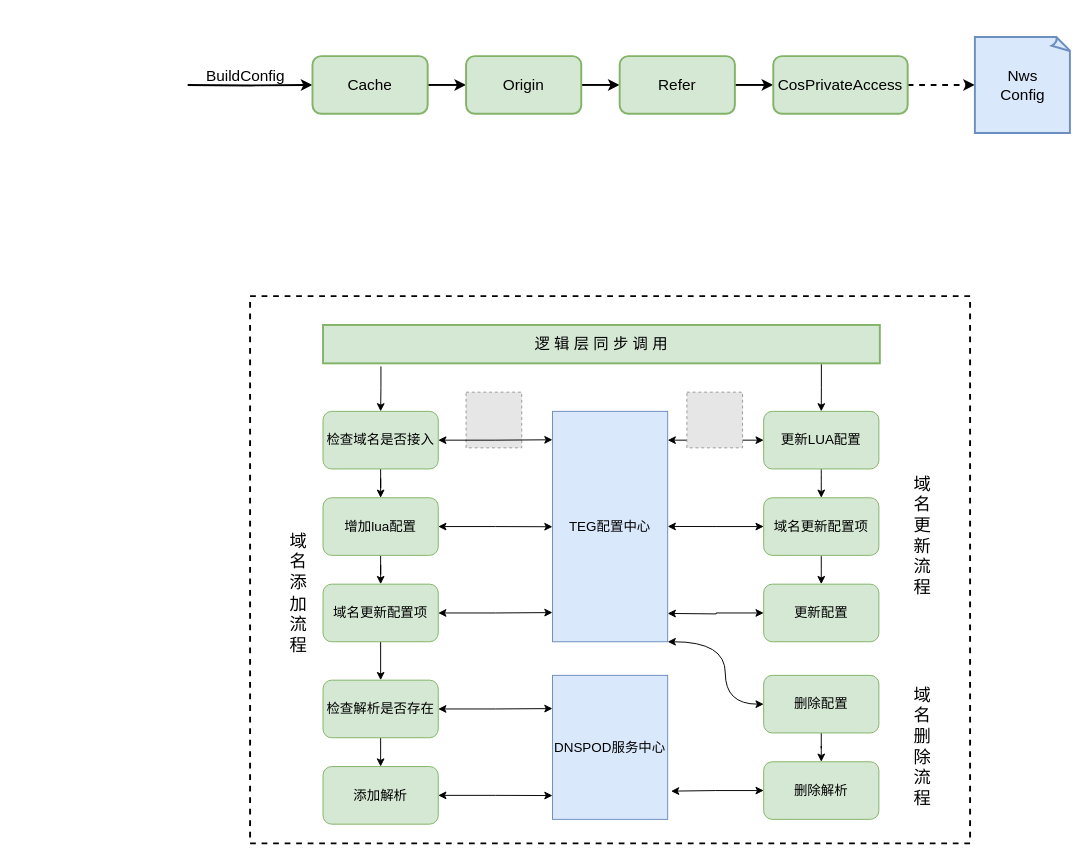
Before: page "Page-9" (9 of 11) of tcb.drawio in wwCrazy/resume, a draw.io diagram. Source tidied: cells renumbered, new cells numbered last; positions are measured from the earlier drawing's top-left corner, leaving out a move shared by most shapes. Both pictures are drawn from the tidied source at 96%, with x=0, y=0 at pixel (187, 36). Pictures stored in the file or linked from it are replaced by grey dashed boxes.
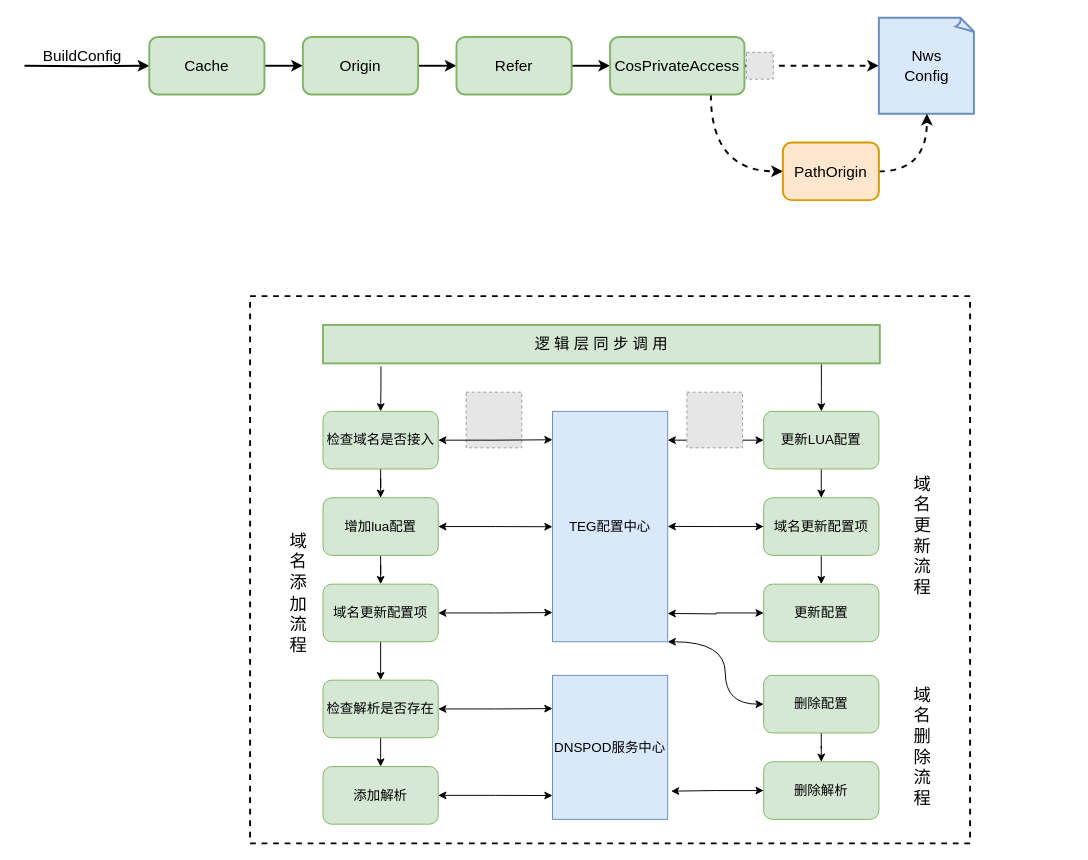
The same diagram, later.

Diff of the diagram source:
```diff
@@
-    <mxCell id="41" style="edgeStyle=orthogonalEdgeStyle;rounded=0;jettySize=auto;html=1;startArrow=none;startFill=0;strokeWidth=2;fontSize=16;entryX=0;entryY=0.5;entryDx=0;entryDy=0;" parent="1" edge="1" target="42">
-      <mxGeometry relative="1" as="geometry">
-        <mxPoint y="50" as="sourcePoint" />
-      </mxGeometry>
-    </mxCell>
+    <mxCell id="51" style="edgeStyle=orthogonalEdgeStyle;rounded=0;jettySize=auto;html=1;startArrow=none;startFill=0;strokeWidth=2;fontSize=16;entryX=0;entryY=0.5;entryDx=0;entryDy=0;" parent="1" edge="1" target="42">
+      <mxGeometry relative="1" as="geometry">
+        <mxPoint x="-170" y="30" as="sourcePoint" />
+      </mxGeometry>
+    </mxCell>
     <mxCell id="42" value="Cache" style="rounded=1;whiteSpace=wrap;html=1;strokeWidth=2;fontSize=16;fillColor=#d5e8d4;strokeColor=#82b366;" parent="1" vertex="1">
-      <mxGeometry x="130" y="20" width="120" height="60" as="geometry" />
+      <mxGeometry x="-40" width="120" height="60" as="geometry" />
     </mxCell>
@@
     <mxCell id="44" value="Origin" style="rounded=1;whiteSpace=wrap;html=1;strokeWidth=2;fontSize=16;fillColor=#d5e8d4;strokeColor=#82b366;" parent="1" vertex="1">
-      <mxGeometry x="290" y="20" width="120" height="60" as="geometry" />
+      <mxGeometry x="120" width="120" height="60" as="geometry" />
     </mxCell>
@@
     <mxCell id="46" value="Refer" style="rounded=1;whiteSpace=wrap;html=1;strokeWidth=2;fontSize=16;fillColor=#d5e8d4;strokeColor=#82b366;" parent="1" vertex="1">
-      <mxGeometry x="450" y="20" width="120" height="60" as="geometry" />
+      <mxGeometry x="280" width="120" height="60" as="geometry" />
     </mxCell>
@@
+    <mxCell id="52" style="edgeStyle=orthogonalEdgeStyle;curved=1;rounded=0;jettySize=auto;html=1;exitX=0.75;exitY=1;exitDx=0;exitDy=0;entryX=0;entryY=0.5;entryDx=0;entryDy=0;dashed=1;strokeWidth=2;" parent="1" edge="1" source="48" target="54">
+      <mxGeometry relative="1" as="geometry" />
+    </mxCell>
     <mxCell id="48" value="CosPrivateAccess" style="rounded=1;whiteSpace=wrap;html=1;strokeWidth=2;fontSize=16;fillColor=#d5e8d4;strokeColor=#82b366;" parent="1" vertex="1">
-      <mxGeometry x="610" y="20" width="140" height="60" as="geometry" />
+      <mxGeometry x="440" width="140" height="60" as="geometry" />
     </mxCell>
     <mxCell id="49" value="Nws&lt;br&gt;Config" style="whiteSpace=wrap;html=1;shape=mxgraph.basic.document;strokeWidth=2;fontSize=16;fillColor=#dae8fc;strokeColor=#6c8ebf;" parent="1" vertex="1">
-      <mxGeometry x="820" width="100" height="100" as="geometry" />
+      <mxGeometry x="720" y="-20" width="100" height="100" as="geometry" />
     </mxCell>
     <mxCell id="50" value="BuildConfig" style="text;html=1;align=center;verticalAlign=middle;fillColor=none;strokeColor=none;rounded=0;fontSize=16;" parent="1" vertex="1">
-      <mxGeometry x="10" y="30" width="100" height="20" as="geometry" />
+      <mxGeometry x="-160" y="10" width="100" height="20" as="geometry" />
     </mxCell>
+    <mxCell id="53" style="edgeStyle=orthogonalEdgeStyle;curved=1;rounded=0;jettySize=auto;html=1;exitX=1;exitY=0.5;exitDx=0;exitDy=0;entryX=0.5;entryY=1;entryDx=0;entryDy=0;entryPerimeter=0;dashed=1;strokeWidth=2;" parent="1" edge="1" source="54" target="49">
+      <mxGeometry relative="1" as="geometry" />
+    </mxCell>
+    <mxCell id="54" value="PathOrigin" style="rounded=1;whiteSpace=wrap;html=1;strokeWidth=2;fontSize=16;fillColor=#ffe6cc;strokeColor=#d79b00;" parent="1" vertex="1">
+      <mxGeometry x="620" y="110" width="100" height="60" as="geometry" />
+    </mxCell>
+    <mxCell id="55" style="fillColor=#E6E6E6;strokeColor=#999999;dashed=1;html=1;verticalAlign=top;verticalLabelPosition=bottom;labelBackgroundColor=#ffffff;" parent="1" vertex="1">
+      <mxGeometry x="582" y="16" width="28" height="28" as="geometry" />
+    </mxCell>
```
